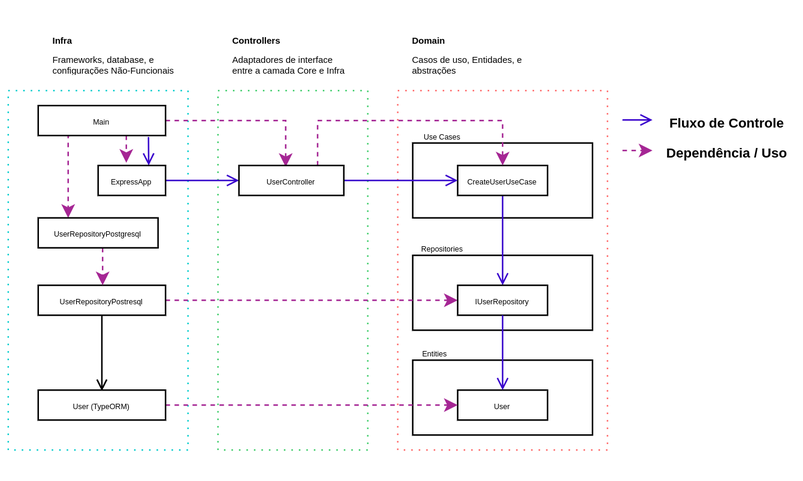
Before: assets/API_Architecture.png, a diagram exported from draw.io (danilosampaio/techtalk-clean-architecture-api). Source tidied: cells renumbered, new cells last; positions are measured from the earlier drawing's top-left corner, leaving out a move shared by most shapes.
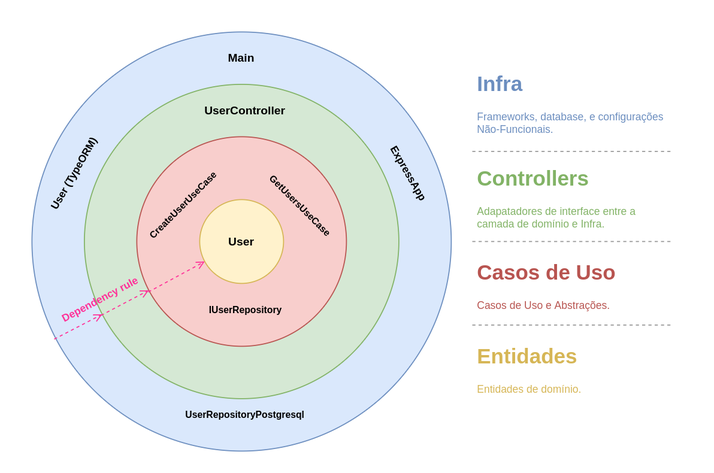
Later version of the same file.

Commit message:
feat: improve the architecture diagram

The edit, as a diff of the source:
```diff
@@ -2,160 +2,98 @@
   <root>
     <mxCell id="0" />
     <mxCell id="1" parent="0" />
-    <mxCell id="2" style="rounded=0;whiteSpace=wrap;html=1;strokeColor=#FFFFFF;dashed=1;dashPattern=1 4;" parent="1" vertex="1">
-      <mxGeometry width="535" height="320" as="geometry" />
-    </mxCell>
-    <mxCell id="3" style="rounded=0;whiteSpace=wrap;html=1;dashed=1;strokeColor=#FF6666;dashPattern=1 4;" parent="1" vertex="1">
-      <mxGeometry x="265" y="60" width="140" height="240" as="geometry" />
-    </mxCell>
-    <mxCell id="4" style="rounded=0;whiteSpace=wrap;html=1;fontSize=5;" parent="1" vertex="1">
-      <mxGeometry x="275" y="170" width="120" height="50" as="geometry" />
-    </mxCell>
-    <mxCell id="5" value="&lt;h1 style=&quot;font-size: 6px;&quot;&gt;Infra&lt;/h1&gt;&lt;p style=&quot;font-size: 6px;&quot;&gt;Frameworks, database, e configurações Não-Funcionais&lt;/p&gt;" style="text;html=1;strokeColor=none;fillColor=none;spacing=5;spacingTop=-20;whiteSpace=wrap;overflow=hidden;rounded=0;fontSize=6;" parent="1" vertex="1">
-      <mxGeometry x="30" y="30" width="90" height="20" as="geometry" />
-    </mxCell>
-    <mxCell id="6" style="rounded=0;whiteSpace=wrap;html=1;dashed=1;strokeColor=#00CCCC;dashPattern=1 4;" parent="1" vertex="1">
-      <mxGeometry x="5" y="60" width="120" height="240" as="geometry" />
-    </mxCell>
-    <mxCell id="7" value="&lt;h1 style=&quot;font-size: 6px&quot;&gt;Domain&lt;/h1&gt;&lt;p style=&quot;font-size: 6px&quot;&gt;Casos de uso, Entidades, e abstrações&lt;/p&gt;" style="text;html=1;strokeColor=none;fillColor=none;spacing=5;spacingTop=-20;whiteSpace=wrap;overflow=hidden;rounded=0;fontSize=6;" parent="1" vertex="1">
-      <mxGeometry x="270" y="30" width="90" height="20" as="geometry" />
-    </mxCell>
-    <mxCell id="8" value="&lt;h1 style=&quot;font-size: 6px&quot;&gt;Controllers&lt;/h1&gt;&lt;p style=&quot;font-size: 6px&quot;&gt;Adaptadores de interface entre a camada Core e Infra&lt;/p&gt;" style="text;html=1;strokeColor=none;fillColor=none;spacing=5;spacingTop=-20;whiteSpace=wrap;overflow=hidden;rounded=0;fontSize=6;" parent="1" vertex="1">
-      <mxGeometry x="150" y="30" width="90" height="20" as="geometry" />
-    </mxCell>
-    <mxCell id="9" style="rounded=0;whiteSpace=wrap;html=1;dashed=1;strokeColor=#3BCC67;dashPattern=1 4;" parent="1" vertex="1">
-      <mxGeometry x="145" y="60" width="100" height="240" as="geometry" />
-    </mxCell>
-    <mxCell id="10" style="rounded=0;whiteSpace=wrap;html=1;fontSize=5;" parent="1" vertex="1">
-      <mxGeometry x="275" y="95" width="120" height="50" as="geometry" />
-    </mxCell>
-    <mxCell id="11" value="Use Cases" style="text;html=1;strokeColor=none;fillColor=none;align=center;verticalAlign=middle;whiteSpace=wrap;rounded=0;fontSize=5;" parent="1" vertex="1">
-      <mxGeometry x="275" y="85" width="40" height="10" as="geometry" />
-    </mxCell>
-    <mxCell id="12" style="edgeStyle=orthogonalEdgeStyle;rounded=0;jettySize=auto;html=1;entryX=0.5;entryY=0;entryDx=0;entryDy=0;fontSize=5;endArrow=open;endFill=0;strokeWidth=1;fillColor=#6a00ff;strokeColor=#3700CC;" parent="1" edge="1" source="13" target="32">
-      <mxGeometry relative="1" as="geometry" />
-    </mxCell>
+    <mxCell id="41" style="rounded=0;whiteSpace=wrap;html=1;fontSize=10;strokeColor=#FFFFFF;" parent="1" vertex="1">
+      <mxGeometry x="-155" y="-20" width="680" height="450" as="geometry" />
+    </mxCell>
+    <mxCell id="42" style="ellipse;whiteSpace=wrap;html=1;fillColor=#dae8fc;strokeColor=#6C8EBF;comic=0;portConstraintRotation=0;" parent="1" vertex="1">
+      <mxGeometry x="-125" y="10" width="400" height="400" as="geometry" />
+    </mxCell>
+    <mxCell id="43" style="ellipse;whiteSpace=wrap;html=1;fillColor=#d5e8d4;strokeColor=#82b366;" parent="1" vertex="1">
+      <mxGeometry x="-75" y="60" width="300" height="300" as="geometry" />
+    </mxCell>
+    <mxCell id="44" style="ellipse;whiteSpace=wrap;html=1;fillColor=#f8cecc;strokeColor=#b85450;" parent="1" vertex="1">
+      <mxGeometry x="-25" y="110" width="200" height="200" as="geometry" />
+    </mxCell>
+    <mxCell id="22" value="Main" style="text;html=1;strokeColor=none;fillColor=none;align=center;verticalAlign=middle;whiteSpace=wrap;rounded=0;fontStyle=1;fontSize=11;" parent="1" vertex="1">
+      <mxGeometry x="40" y="20" width="70" height="30" as="geometry" />
+    </mxCell>
+    <mxCell id="40" value="UserRepositoryPostgresql" style="text;html=1;strokeColor=none;fillColor=none;align=center;verticalAlign=middle;whiteSpace=wrap;rounded=0;fontStyle=1;fontSize=9;" parent="1" vertex="1">
+      <mxGeometry x="2" y="360" width="152.5" height="30" as="geometry" />
+    </mxCell>
+    <mxCell id="31" value="User (TypeORM)" style="text;html=1;strokeColor=none;fillColor=none;align=center;verticalAlign=middle;whiteSpace=wrap;rounded=0;rotation=-60;fontStyle=1;fontSize=10;" parent="1" vertex="1">
+      <mxGeometry x="-135" y="130" width="100" height="30" as="geometry" />
+    </mxCell>
+    <mxCell id="38" value="ExpressApp" style="text;html=1;strokeColor=none;fillColor=none;align=center;verticalAlign=middle;whiteSpace=wrap;rounded=0;rotation=60;fontStyle=1;fontSize=10;" parent="1" vertex="1">
+      <mxGeometry x="195" y="130" width="80" height="30" as="geometry" />
+    </mxCell>
+    <mxCell id="29" value="UserController" style="text;html=1;strokeColor=none;fillColor=none;align=center;verticalAlign=middle;whiteSpace=wrap;rounded=0;fontStyle=1;fontSize=11;" parent="1" vertex="1">
+      <mxGeometry x="30.8" y="70" width="95" height="30" as="geometry" />
+    </mxCell>
-    <mxCell id="13" value="CreateUserUseCase" style="rounded=0;whiteSpace=wrap;html=1;fontSize=5;" parent="1" vertex="1">
-      <mxGeometry x="305" y="110" width="60" height="20" as="geometry" />
+    <mxCell id="13" value="CreateUserUseCase" style="text;html=1;strokeColor=none;fillColor=none;align=center;verticalAlign=middle;whiteSpace=wrap;rounded=0;fontStyle=1;fontSize=9;rotation=-45;" parent="1" vertex="1">
+      <mxGeometry x="-45" y="160" width="127.5" height="30" as="geometry" />
     </mxCell>
-    <mxCell id="14" style="rounded=0;whiteSpace=wrap;html=1;fontSize=5;" parent="1" vertex="1">
-      <mxGeometry x="275" y="240" width="120" height="50" as="geometry" />
-    </mxCell>
-    <mxCell id="15" value="Entities" style="text;html=1;strokeColor=none;fillColor=none;align=center;verticalAlign=middle;whiteSpace=wrap;rounded=0;fontSize=5;" parent="1" vertex="1">
-      <mxGeometry x="270" y="230" width="40" height="10" as="geometry" />
-    </mxCell>
+    <mxCell id="32" value="IUserRepository" style="text;html=1;strokeColor=none;fillColor=none;align=center;verticalAlign=middle;whiteSpace=wrap;rounded=0;fontStyle=1;fontSize=9;rotation=0;" parent="1" vertex="1">
+      <mxGeometry x="15" y="260" width="127.5" height="30" as="geometry" />
+    </mxCell>
+    <mxCell id="45" style="ellipse;whiteSpace=wrap;html=1;fillColor=#fff2cc;strokeColor=#d6b656;" parent="1" vertex="1">
+      <mxGeometry x="35" y="170" width="80" height="80" as="geometry" />
+    </mxCell>
-    <mxCell id="16" value="User" style="rounded=0;whiteSpace=wrap;html=1;fontSize=5;" parent="1" vertex="1">
-      <mxGeometry x="305" y="260" width="60" height="20" as="geometry" />
+    <mxCell id="16" value="User" style="text;html=1;strokeColor=none;fillColor=none;align=center;verticalAlign=middle;whiteSpace=wrap;rounded=0;fontStyle=1;fontSize=11;" parent="1" vertex="1">
+      <mxGeometry x="50" y="195" width="50" height="30" as="geometry" />
     </mxCell>
-    <mxCell id="17" value="Repositories" style="text;html=1;strokeColor=none;fillColor=none;align=center;verticalAlign=middle;whiteSpace=wrap;rounded=0;fontSize=5;" parent="1" vertex="1">
-      <mxGeometry x="275" y="160" width="40" height="10" as="geometry" />
-    </mxCell>
-    <mxCell id="18" style="edgeStyle=orthogonalEdgeStyle;rounded=0;jettySize=auto;html=1;dashed=1;endArrow=classic;endFill=1;strokeColor=#A52694;entryX=0.418;entryY=-0.09;entryDx=0;entryDy=0;entryPerimeter=0;" parent="1" edge="1" source="22" target="38">
-      <mxGeometry relative="1" as="geometry">
-        <Array as="points">
-          <mxPoint x="84" y="90" />
-          <mxPoint x="84" y="90" />
-        </Array>
-      </mxGeometry>
-    </mxCell>
-    <mxCell id="19" style="edgeStyle=orthogonalEdgeStyle;rounded=0;jettySize=auto;html=1;entryX=0.25;entryY=0;entryDx=0;entryDy=0;dashed=1;endArrow=classic;endFill=1;strokeColor=#A52694;exitX=0.25;exitY=1;exitDx=0;exitDy=0;" parent="1" edge="1" source="22" target="40">
-      <mxGeometry relative="1" as="geometry">
-        <Array as="points">
-          <mxPoint x="45" y="90" />
-        </Array>
-      </mxGeometry>
-    </mxCell>
-    <mxCell id="20" style="edgeStyle=orthogonalEdgeStyle;rounded=0;jettySize=auto;html=1;entryX=0.75;entryY=0;entryDx=0;entryDy=0;exitX=0.866;exitY=1.05;exitDx=0;exitDy=0;exitPerimeter=0;strokeColor=#3700CC;endArrow=open;endFill=0;" parent="1" edge="1" source="22" target="38">
-      <mxGeometry relative="1" as="geometry" />
-    </mxCell>
-    <mxCell id="21" style="edgeStyle=orthogonalEdgeStyle;rounded=0;jettySize=auto;html=1;entryX=0.446;entryY=0.05;entryDx=0;entryDy=0;entryPerimeter=0;strokeColor=#A52694;dashed=1;" parent="1" edge="1" source="22" target="29">
-      <mxGeometry relative="1" as="geometry">
-        <Array as="points">
-          <mxPoint x="190" y="80" />
-        </Array>
-      </mxGeometry>
-    </mxCell>
-    <mxCell id="22" value="Main" style="rounded=0;whiteSpace=wrap;html=1;fontSize=5;" parent="1" vertex="1">
-      <mxGeometry x="25" y="70" width="85" height="20" as="geometry" />
-    </mxCell>
-    <mxCell id="23" style="edgeStyle=orthogonalEdgeStyle;rounded=0;jettySize=auto;html=1;entryX=0;entryY=0.5;entryDx=0;entryDy=0;fontSize=5;endArrow=classic;endFill=1;strokeWidth=1;exitX=1;exitY=0.5;exitDx=0;exitDy=0;dashed=1;fillColor=#d80073;strokeColor=#A52694;" parent="1" edge="1" source="25" target="32">
-      <mxGeometry relative="1" as="geometry" />
-    </mxCell>
-    <mxCell id="24" style="edgeStyle=orthogonalEdgeStyle;rounded=0;jettySize=auto;html=1;entryX=0.5;entryY=0;entryDx=0;entryDy=0;fontSize=5;endArrow=open;endFill=0;strokeWidth=0.5;exitX=0.5;exitY=1;exitDx=0;exitDy=0;" parent="1" edge="1" source="25" target="31">
-      <mxGeometry relative="1" as="geometry" />
-    </mxCell>
-    <mxCell id="25" value="UserRepositoryPostresql" style="rounded=0;whiteSpace=wrap;html=1;fontSize=5;" parent="1" vertex="1">
-      <mxGeometry x="25" y="190" width="85" height="20" as="geometry" />
-    </mxCell>
-    <mxCell id="26" style="endArrow=open;html=1;rounded=0;fontSize=5;exitX=1;exitY=0.5;exitDx=0;exitDy=0;entryX=0;entryY=0.5;entryDx=0;entryDy=0;strokeWidth=1;endFill=0;fillColor=#6a00ff;strokeColor=#3700CC;" parent="1" edge="1" source="38" target="29">
-      <mxGeometry relative="1" as="geometry">
-        <Array as="points">
-          <mxPoint x="135" y="120" />
-        </Array>
-      </mxGeometry>
-    </mxCell>
-    <mxCell id="27" style="edgeStyle=orthogonalEdgeStyle;rounded=0;jettySize=auto;html=1;entryX=0;entryY=0.5;entryDx=0;entryDy=0;fontSize=5;endArrow=open;endFill=0;strokeWidth=1;fillColor=#6a00ff;strokeColor=#3700CC;" parent="1" edge="1" source="29" target="13">
-      <mxGeometry relative="1" as="geometry">
-        <Array as="points">
-          <mxPoint x="265" y="120" />
-          <mxPoint x="265" y="120" />
-        </Array>
-      </mxGeometry>
-    </mxCell>
-    <mxCell id="28" style="edgeStyle=orthogonalEdgeStyle;rounded=0;jettySize=auto;html=1;entryX=0.5;entryY=0;entryDx=0;entryDy=0;dashed=1;strokeColor=#A52694;exitX=0.75;exitY=0;exitDx=0;exitDy=0;" parent="1" edge="1" source="29" target="13">
-      <mxGeometry relative="1" as="geometry">
-        <Array as="points">
-          <mxPoint x="212" y="80" />
-          <mxPoint x="335" y="80" />
-        </Array>
-      </mxGeometry>
-    </mxCell>
-    <mxCell id="29" value="UserController" style="rounded=0;whiteSpace=wrap;html=1;fontSize=5;" parent="1" vertex="1">
-      <mxGeometry x="159" y="110" width="70" height="20" as="geometry" />
-    </mxCell>
-    <mxCell id="30" style="edgeStyle=orthogonalEdgeStyle;rounded=0;jettySize=auto;html=1;entryX=0;entryY=0.5;entryDx=0;entryDy=0;dashed=1;fontSize=5;endArrow=classic;endFill=1;strokeWidth=1;strokeColor=#A52694;" parent="1" edge="1" source="31" target="16">
-      <mxGeometry relative="1" as="geometry" />
-    </mxCell>
-    <mxCell id="31" value="User (TypeORM)" style="rounded=0;whiteSpace=wrap;html=1;fontSize=5;" parent="1" vertex="1">
-      <mxGeometry x="25" y="260" width="85" height="20" as="geometry" />
-    </mxCell>
-    <mxCell id="32" value="IUserRepository" style="rounded=0;whiteSpace=wrap;html=1;fontSize=5;" parent="1" vertex="1">
-      <mxGeometry x="305" y="190" width="60" height="20" as="geometry" />
-    </mxCell>
-    <mxCell id="33" style="edgeStyle=orthogonalEdgeStyle;rounded=0;jettySize=auto;html=1;entryX=0.5;entryY=0;entryDx=0;entryDy=0;fontSize=5;endArrow=open;endFill=0;strokeWidth=1;exitX=0.5;exitY=1;exitDx=0;exitDy=0;fillColor=#6a00ff;strokeColor=#3700CC;" parent="1" edge="1" source="32" target="16">
-      <mxGeometry relative="1" as="geometry" />
-    </mxCell>
-    <mxCell id="34" style="endArrow=open;html=1;rounded=0;strokeColor=#3700CC;strokeWidth=1;fillColor=#6a00ff;endFill=0;" parent="1" edge="1">
-      <mxGeometry relative="1" as="geometry">
-        <mxPoint x="415" y="79.6" as="sourcePoint" />
-        <mxPoint x="435" y="79.6" as="targetPoint" />
-      </mxGeometry>
-    </mxCell>
-    <mxCell id="35" style="endArrow=classic;html=1;rounded=0;dashed=1;strokeColor=#A52694;strokeWidth=1;" parent="1" edge="1">
-      <mxGeometry relative="1" as="geometry">
-        <mxPoint x="415" y="100" as="sourcePoint" />
-        <mxPoint x="435" y="100" as="targetPoint" />
-      </mxGeometry>
-    </mxCell>
-    <mxCell id="36" value="&lt;font style=&quot;font-size: 9px&quot;&gt;Fluxo de Controle&lt;/font&gt;" style="text;html=1;strokeColor=none;fillColor=none;align=center;verticalAlign=middle;whiteSpace=wrap;rounded=0;fontStyle=1;" parent="1" vertex="1">
-      <mxGeometry x="445" y="70" width="80" height="20" as="geometry" />
-    </mxCell>
-    <mxCell id="37" value="&lt;font style=&quot;font-size: 9px&quot;&gt;Dependência / Uso&lt;/font&gt;" style="text;html=1;strokeColor=none;fillColor=none;align=center;verticalAlign=middle;whiteSpace=wrap;rounded=0;fontStyle=1;" parent="1" vertex="1">
-      <mxGeometry x="440" y="90" width="90" height="20" as="geometry" />
-    </mxCell>
-    <mxCell id="38" value="ExpressApp" style="rounded=0;whiteSpace=wrap;html=1;fontSize=5;" parent="1" vertex="1">
-      <mxGeometry x="65" y="110" width="45" height="20" as="geometry" />
-    </mxCell>
-    <mxCell id="39" style="edgeStyle=orthogonalEdgeStyle;rounded=0;jettySize=auto;html=1;dashed=1;endArrow=classic;endFill=1;strokeColor=#A52694;" parent="1" edge="1" source="40">
-      <mxGeometry relative="1" as="geometry">
-        <mxPoint x="68" y="190" as="targetPoint" />
-        <Array as="points">
-          <mxPoint x="68" y="190" />
-        </Array>
-      </mxGeometry>
-    </mxCell>
-    <mxCell id="40" value="UserRepositoryPostgresql" style="rounded=0;whiteSpace=wrap;html=1;fontSize=5;" parent="1" vertex="1">
-      <mxGeometry x="25" y="145" width="80" height="20" as="geometry" />
-    </mxCell>
+    <mxCell id="46" value="GetUsersUseCase" style="text;html=1;strokeColor=none;fillColor=none;align=center;verticalAlign=middle;whiteSpace=wrap;rounded=0;fontStyle=1;fontSize=9;rotation=45;" parent="1" vertex="1">
+      <mxGeometry x="67.5" y="160" width="127.5" height="30" as="geometry" />
+    </mxCell>
+    <mxCell id="47" style="endArrow=open;html=1;rounded=0;fontSize=10;exitX=0.053;exitY=0.733;exitDx=0;exitDy=0;exitPerimeter=0;fillColor=#e1d5e7;strokeColor=#FF3399;dashed=1;endFill=0;" parent="1" edge="1" source="42" target="43">
+      <mxGeometry relative="1" as="geometry" />
+    </mxCell>
+    <mxCell id="48" style="endArrow=open;html=1;rounded=0;dashed=1;fontSize=10;fillColor=#e1d5e7;strokeColor=#FF3399;endFill=0;exitX=0.053;exitY=0.735;exitDx=0;exitDy=0;exitPerimeter=0;" parent="1" edge="1" source="43" target="44">
+      <mxGeometry relative="1" as="geometry" />
+    </mxCell>
+    <mxCell id="49" style="endArrow=open;html=1;rounded=0;dashed=1;fontSize=10;exitX=0.055;exitY=0.741;exitDx=0;exitDy=0;exitPerimeter=0;fillColor=#e1d5e7;strokeColor=#FF3399;endFill=0;" parent="1" edge="1" source="44" target="45">
+      <mxGeometry relative="1" as="geometry" />
+    </mxCell>
+    <mxCell id="50" value="Dependency rule" style="text;html=1;strokeColor=none;fillColor=none;align=center;verticalAlign=middle;whiteSpace=wrap;rounded=0;fontSize=10;rotation=332;fontStyle=1;fontColor=#FF3399;" parent="1" vertex="1">
+      <mxGeometry x="-105" y="250" width="90" height="30" as="geometry" />
+    </mxCell>
+    <mxCell id="51" value="&lt;h1&gt;Infra&lt;/h1&gt;&lt;p&gt;Frameworks, database, e configurações Não-Funcionais.&lt;/p&gt;" style="text;html=1;strokeColor=none;fillColor=none;spacing=5;spacingTop=-20;whiteSpace=wrap;overflow=hidden;rounded=0;fontSize=10;fontColor=#6C8EBF;" parent="1" vertex="1">
+      <mxGeometry x="295" y="45" width="190" height="70" as="geometry" />
+    </mxCell>
+    <mxCell id="52" value="&lt;h1&gt;Controllers&lt;/h1&gt;&lt;p&gt;Adapatadores de interface entre a camada de domínio e Infra.&lt;/p&gt;" style="text;html=1;strokeColor=none;fillColor=none;spacing=5;spacingTop=-20;whiteSpace=wrap;overflow=hidden;rounded=0;fontSize=10;fontColor=#82B366;" parent="1" vertex="1">
+      <mxGeometry x="295" y="135" width="190" height="70" as="geometry" />
+    </mxCell>
+    <mxCell id="53" value="&lt;h1&gt;Casos de Uso&lt;/h1&gt;&lt;p&gt;Casos de Uso e Abstrações.&lt;/p&gt;" style="text;html=1;strokeColor=none;fillColor=none;spacing=5;spacingTop=-20;whiteSpace=wrap;overflow=hidden;rounded=0;fontSize=10;fontColor=#B85450;" parent="1" vertex="1">
+      <mxGeometry x="295" y="225" width="190" height="70" as="geometry" />
+    </mxCell>
+    <mxCell id="54" value="&lt;h1&gt;Entidades&lt;/h1&gt;&lt;p&gt;Entidades de domínio.&lt;/p&gt;" style="text;html=1;strokeColor=none;fillColor=none;spacing=5;spacingTop=-20;whiteSpace=wrap;overflow=hidden;rounded=0;fontSize=10;fontColor=#D6B656;" parent="1" vertex="1">
+      <mxGeometry x="295" y="305" width="190" height="70" as="geometry" />
+    </mxCell>
+    <mxCell id="55" style="endArrow=none;dashed=1;html=1;rounded=0;fontSize=10;fontColor=#999999;strokeColor=#999999;entryX=1;entryY=1;entryDx=0;entryDy=0;exitX=0;exitY=1;exitDx=0;exitDy=0;" parent="1" edge="1">
+      <mxGeometry relative="1" as="geometry">
+        <mxPoint x="295" y="124" as="sourcePoint" />
+        <mxPoint x="485" y="124" as="targetPoint" />
+        <Array as="points">
+          <mxPoint x="390" y="124" />
+        </Array>
+      </mxGeometry>
+    </mxCell>
+    <mxCell id="56" style="endArrow=none;dashed=1;html=1;rounded=0;fontSize=10;fontColor=#999999;strokeColor=#999999;entryX=1;entryY=1;entryDx=0;entryDy=0;exitX=0;exitY=1;exitDx=0;exitDy=0;" parent="1" edge="1">
+      <mxGeometry relative="1" as="geometry">
+        <mxPoint x="295" y="210" as="sourcePoint" />
+        <mxPoint x="485" y="210" as="targetPoint" />
+        <Array as="points">
+          <mxPoint x="390" y="210" />
+        </Array>
+      </mxGeometry>
+    </mxCell>
+    <mxCell id="57" style="endArrow=none;dashed=1;html=1;rounded=0;fontSize=10;fontColor=#999999;strokeColor=#999999;entryX=1;entryY=1;entryDx=0;entryDy=0;exitX=0;exitY=1;exitDx=0;exitDy=0;" parent="1" edge="1">
+      <mxGeometry relative="1" as="geometry">
+        <mxPoint x="295" y="289.7" as="sourcePoint" />
+        <mxPoint x="485" y="289.7" as="targetPoint" />
+        <Array as="points">
+          <mxPoint x="390" y="289.7" />
+        </Array>
+      </mxGeometry>
+    </mxCell>
   </root>
 </mxGraphModel>
```
